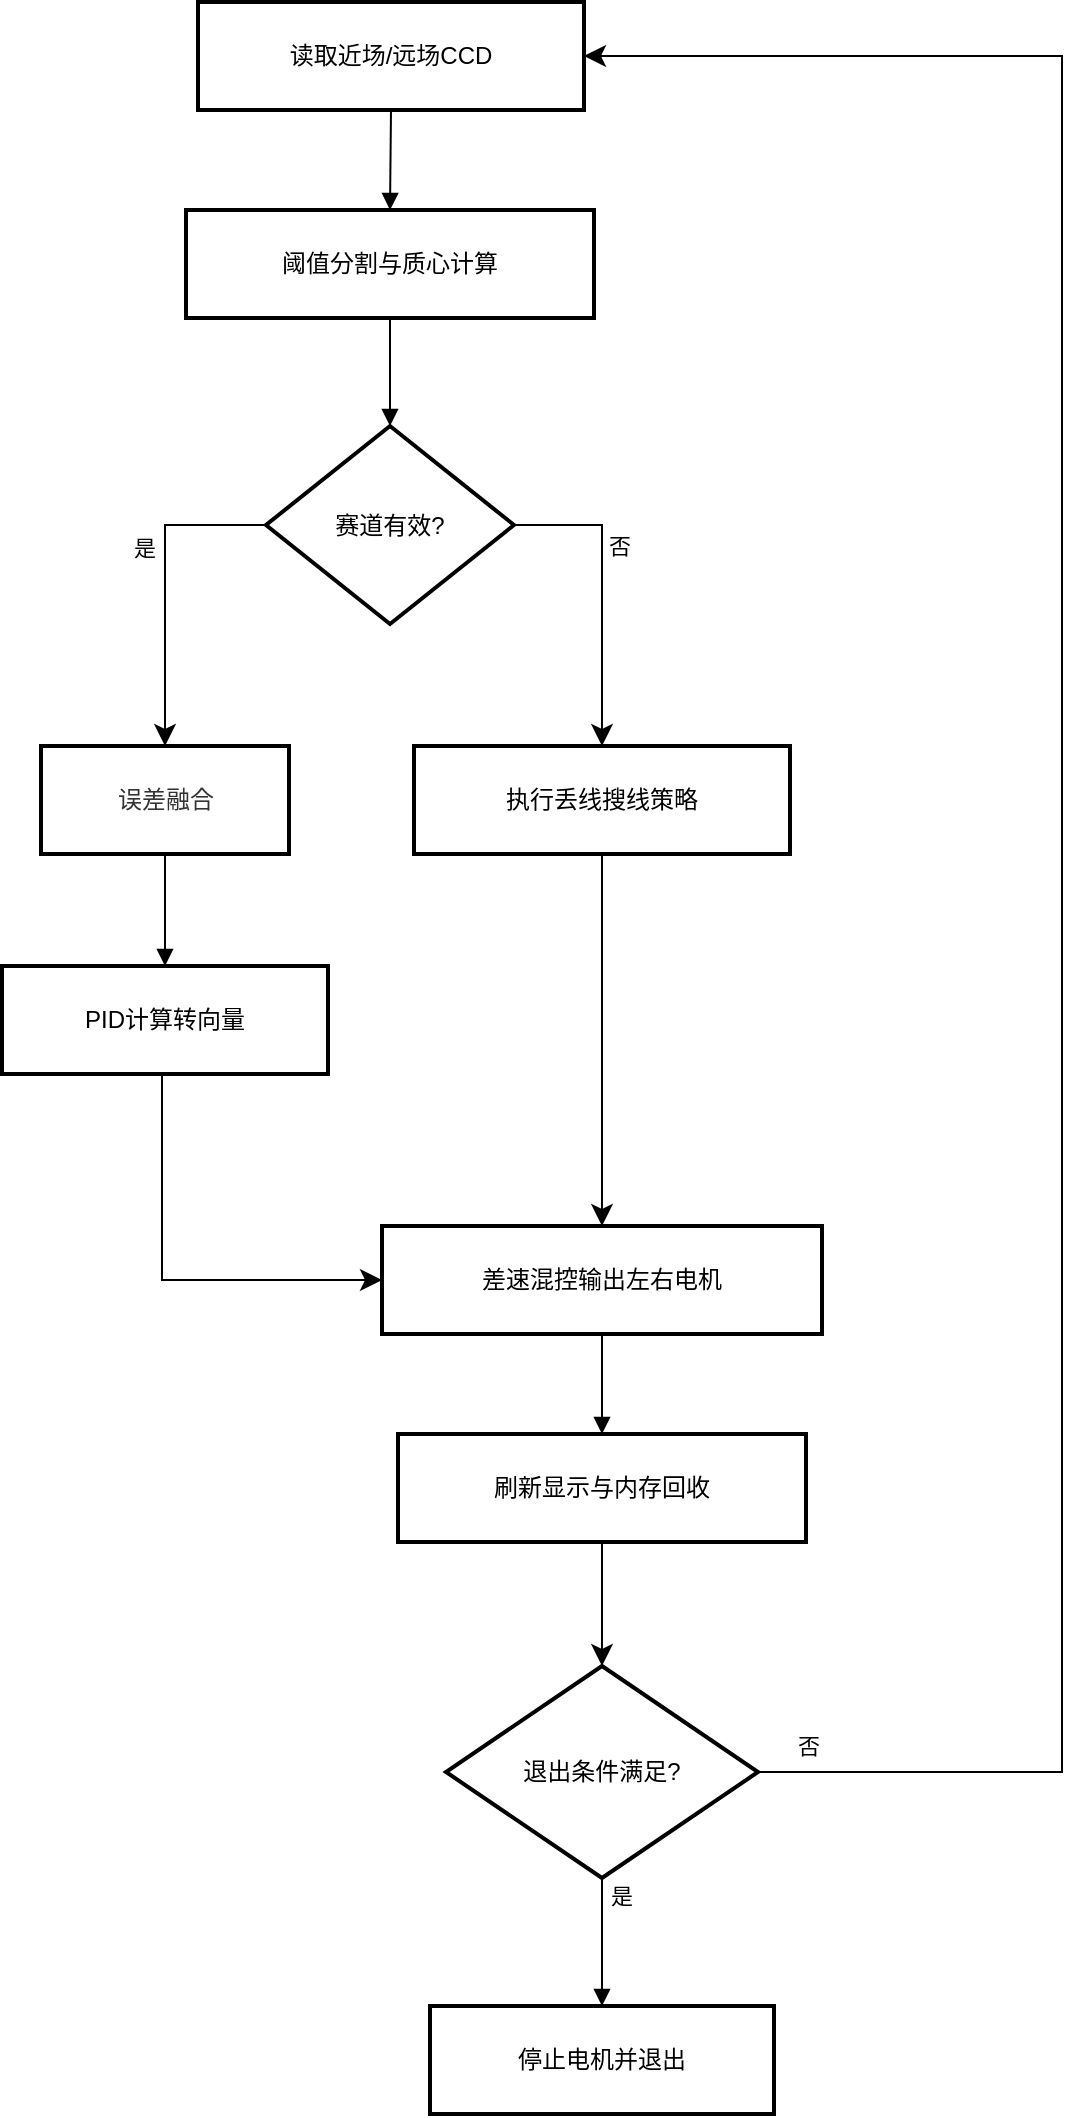
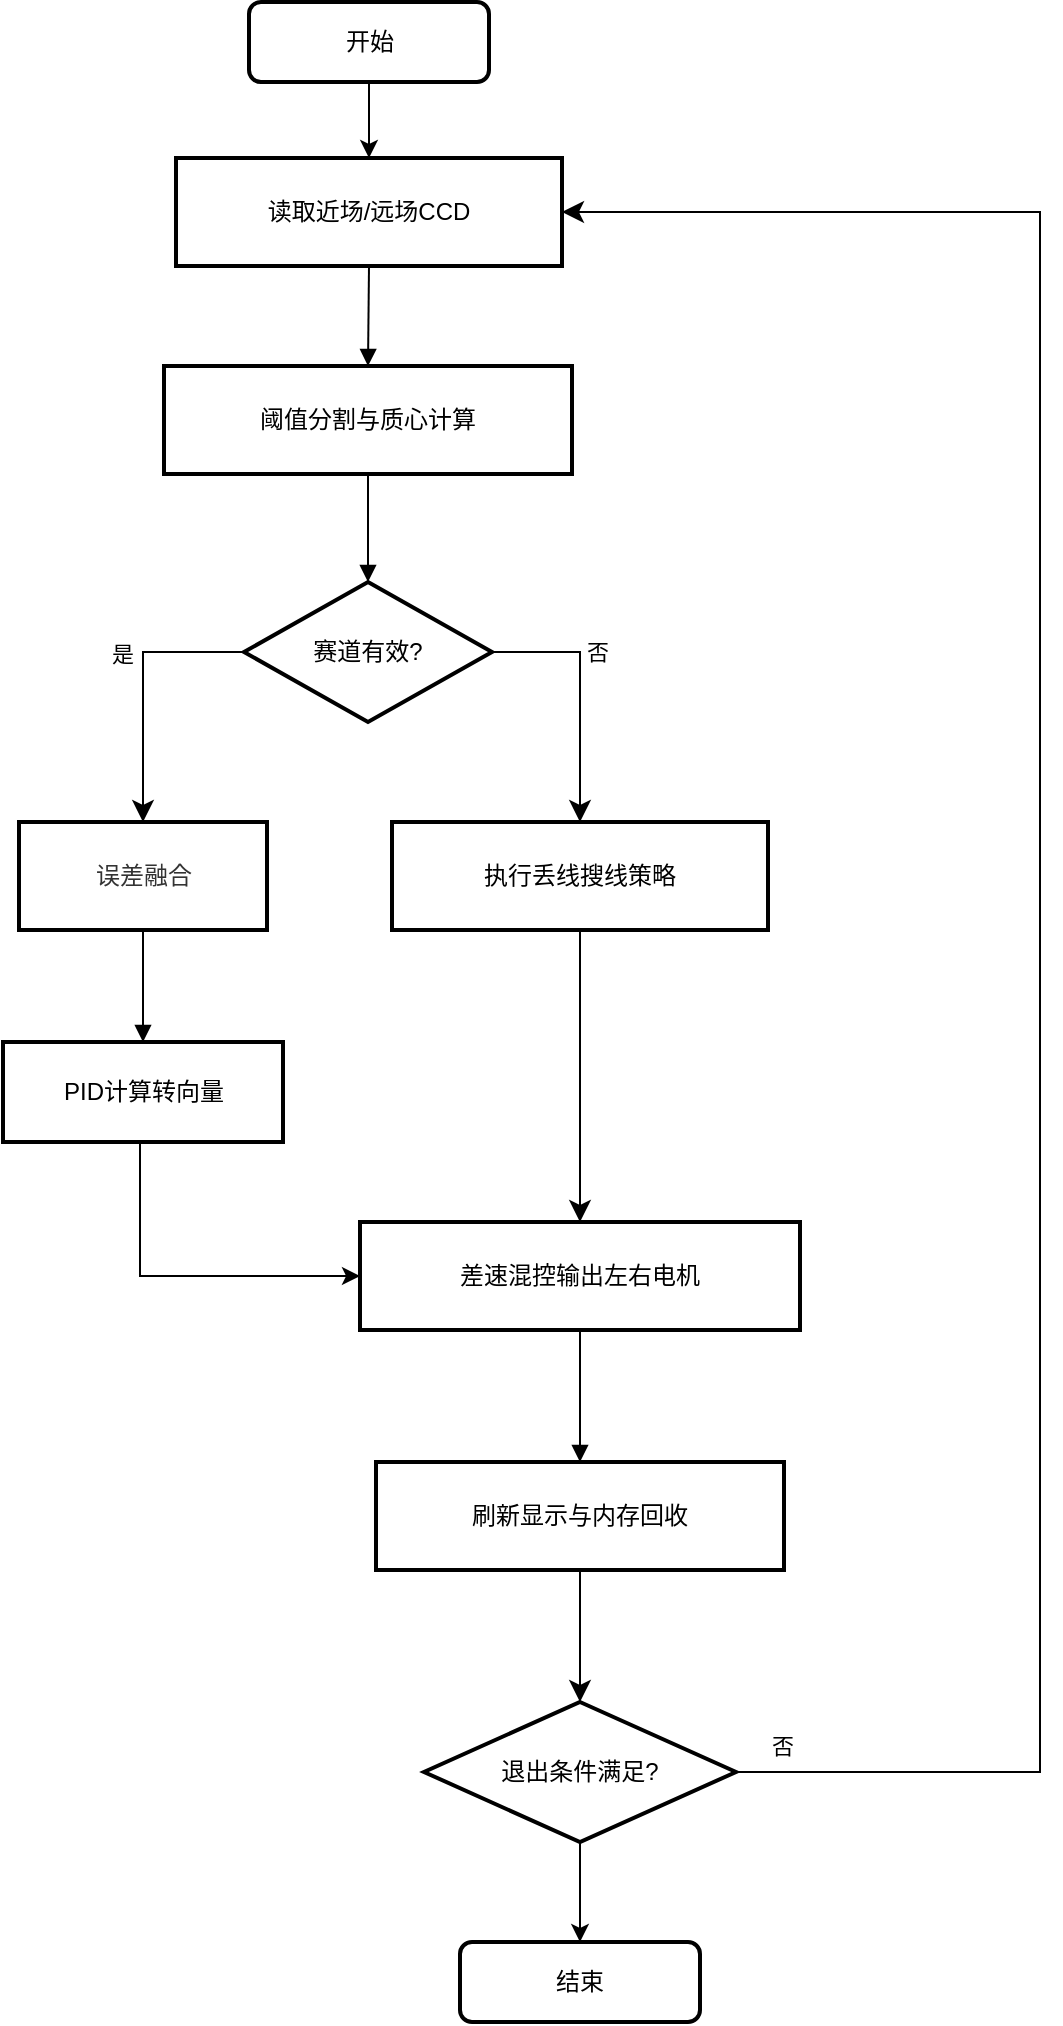
<mxfile host="app.diagrams.net">
  <diagram name="第 1 页" id="I5QYxL_e9CQ8vORsrXlX">
-     <mxGraphModel dx="1377" dy="833" grid="1" gridSize="10" guides="1" tooltips="1" connect="1" arrows="1" fold="1" page="1" pageScale="1" pageWidth="827" pageHeight="1169" math="0" shadow="0">
+     <mxGraphModel dx="2175" dy="1217" grid="1" gridSize="10" guides="1" tooltips="1" connect="1" arrows="1" fold="1" page="1" pageScale="1" pageWidth="827" pageHeight="1169" math="0" shadow="0">
      <root>
        <mxCell id="0" />
        <mxCell id="1" parent="0" />
        <mxCell id="zWOEAIPhYLGLeaexr9As-59" parent="1" style="whiteSpace=wrap;strokeWidth=2;fillColor=none;" value="读取近场/远场CCD" vertex="1">
          <mxGeometry height="54" width="193" x="118" y="378" as="geometry" />
        </mxCell>
        <mxCell id="zWOEAIPhYLGLeaexr9As-60" parent="1" style="whiteSpace=wrap;strokeWidth=2;fillColor=none;" value="阈值分割与质心计算" vertex="1">
          <mxGeometry height="54" width="204" x="112" y="482" as="geometry" />
        </mxCell>
        <mxCell id="zWOEAIPhYLGLeaexr9As-61" parent="1" style="rhombus;strokeWidth=2;whiteSpace=wrap;fillColor=none;" value="赛道有效?" vertex="1">
-           <mxGeometry height="99" width="124" x="152" y="590" as="geometry" />
+           <mxGeometry height="70" width="124" x="152" y="590" as="geometry" />
        </mxCell>
        <mxCell id="zWOEAIPhYLGLeaexr9As-62" parent="1" style="whiteSpace=wrap;strokeWidth=2;fillColor=none;strokeColor=default;fontColor=light-dark(#333333,#cccccc);" value="误差融合" vertex="1">
-           <mxGeometry height="54" width="124" x="39.5" y="750" as="geometry" />
+           <mxGeometry height="54" width="124" x="39.5" y="710" as="geometry" />
+         </mxCell>
+         <mxCell id="Jgnu3guSyKrTzqr-QHuh-8" edge="1" parent="1" source="zWOEAIPhYLGLeaexr9As-63" style="edgeStyle=orthogonalEdgeStyle;rounded=0;orthogonalLoop=1;jettySize=auto;html=1;entryX=0;entryY=0.5;entryDx=0;entryDy=0;" target="zWOEAIPhYLGLeaexr9As-64">
+           <mxGeometry relative="1" as="geometry">
+             <Array as="points">
+               <mxPoint x="100" y="937" />
+             </Array>
+           </mxGeometry>
        </mxCell>
        <mxCell id="zWOEAIPhYLGLeaexr9As-63" parent="1" style="whiteSpace=wrap;strokeWidth=2;fillColor=none;" value="PID计算转向量" vertex="1">
-           <mxGeometry height="54" width="163" x="20" y="860" as="geometry" />
+           <mxGeometry height="50" width="140" x="31.5" y="820" as="geometry" />
        </mxCell>
        <mxCell id="zWOEAIPhYLGLeaexr9As-64" parent="1" style="whiteSpace=wrap;strokeWidth=2;fillColor=none;" value="差速混控输出左右电机" vertex="1">
-           <mxGeometry height="54" width="220" x="210" y="990" as="geometry" />
+           <mxGeometry height="54" width="220" x="210" y="910" as="geometry" />
        </mxCell>
        <mxCell id="zWOEAIPhYLGLeaexr9As-65" parent="1" style="whiteSpace=wrap;strokeWidth=2;fillColor=none;" value="执行丢线搜线策略" vertex="1">
-           <mxGeometry height="54" width="188" x="226" y="750" as="geometry" />
+           <mxGeometry height="54" width="188" x="226" y="710" as="geometry" />
        </mxCell>
        <mxCell id="zWOEAIPhYLGLeaexr9As-66" parent="1" style="whiteSpace=wrap;strokeWidth=2;fillColor=none;" value="刷新显示与内存回收" vertex="1">
-           <mxGeometry height="54" width="204" x="218" y="1094" as="geometry" />
+           <mxGeometry height="54" width="204" x="218" y="1030" as="geometry" />
+         </mxCell>
+         <mxCell id="Jgnu3guSyKrTzqr-QHuh-7" edge="1" parent="1" source="zWOEAIPhYLGLeaexr9As-67" style="edgeStyle=orthogonalEdgeStyle;rounded=0;orthogonalLoop=1;jettySize=auto;html=1;" target="Jgnu3guSyKrTzqr-QHuh-1" value="">
+           <mxGeometry relative="1" as="geometry" />
        </mxCell>
        <mxCell id="zWOEAIPhYLGLeaexr9As-67" parent="1" style="rhombus;strokeWidth=2;whiteSpace=wrap;fillColor=none;" value="退出条件满足?" vertex="1">
-           <mxGeometry height="106" width="156" x="242" y="1210" as="geometry" />
-         </mxCell>
-         <mxCell id="zWOEAIPhYLGLeaexr9As-68" parent="1" style="whiteSpace=wrap;strokeWidth=2;fillColor=none;" value="停止电机并退出" vertex="1">
-           <mxGeometry height="54" width="172" x="234" y="1380" as="geometry" />
+           <mxGeometry height="70" width="156" x="242" y="1150" as="geometry" />
        </mxCell>
        <mxCell id="zWOEAIPhYLGLeaexr9As-72" edge="1" parent="1" source="zWOEAIPhYLGLeaexr9As-59" style="curved=1;startArrow=none;endArrow=block;exitX=0.5;exitY=1;entryX=0.5;entryY=0;rounded=0;exitDx=0;exitDy=0;" target="zWOEAIPhYLGLeaexr9As-60" value="">
          <mxGeometry relative="1" as="geometry">
            <Array as="points" />
          </mxGeometry>
        </mxCell>
        <mxCell id="zWOEAIPhYLGLeaexr9As-73" edge="1" parent="1" source="zWOEAIPhYLGLeaexr9As-60" style="curved=1;startArrow=none;endArrow=block;exitX=0.5;exitY=1;entryX=0.5;entryY=0;rounded=0;" target="zWOEAIPhYLGLeaexr9As-61" value="">
          <mxGeometry relative="1" as="geometry">
            <Array as="points" />
          </mxGeometry>
        </mxCell>
        <mxCell id="zWOEAIPhYLGLeaexr9As-75" edge="1" parent="1" source="zWOEAIPhYLGLeaexr9As-62" style="curved=1;startArrow=none;endArrow=block;exitX=0.5;exitY=1;entryX=0.5;entryY=0;rounded=0;" target="zWOEAIPhYLGLeaexr9As-63" value="">
          <mxGeometry relative="1" as="geometry">
            <Array as="points" />
          </mxGeometry>
        </mxCell>
        <mxCell id="zWOEAIPhYLGLeaexr9As-79" edge="1" parent="1" source="zWOEAIPhYLGLeaexr9As-64" style="curved=1;startArrow=none;endArrow=block;exitX=0.5;exitY=1;entryX=0.5;entryY=0;rounded=0;" target="zWOEAIPhYLGLeaexr9As-66" value="">
          <mxGeometry relative="1" as="geometry">
-             <Array as="points" />
-           </mxGeometry>
-         </mxCell>
-         <mxCell id="zWOEAIPhYLGLeaexr9As-82" edge="1" parent="1" source="zWOEAIPhYLGLeaexr9As-67" style="curved=1;startArrow=none;endArrow=block;exitX=0.5;exitY=1;entryX=0.5;entryY=-0.01;rounded=0;labelBackgroundColor=none;" target="zWOEAIPhYLGLeaexr9As-68" value="是">
-           <mxGeometry relative="1" x="-0.7333" y="10" as="geometry">
-             <mxPoint as="offset" />
            <Array as="points" />
          </mxGeometry>
        </mxCell>
        <mxCell id="zWOEAIPhYLGLeaexr9As-91" edge="1" parent="1" source="zWOEAIPhYLGLeaexr9As-61" style="edgeStyle=segmentEdgeStyle;endArrow=classic;html=1;curved=0;rounded=0;endSize=8;startSize=8;exitX=0;exitY=0.5;exitDx=0;exitDy=0;entryX=0.5;entryY=0;entryDx=0;entryDy=0;" target="zWOEAIPhYLGLeaexr9As-62" value="">
          <mxGeometry height="50" relative="1" width="50" as="geometry">
            <mxPoint x="70" y="690" as="sourcePoint" />
            <mxPoint x="120" y="640" as="targetPoint" />
          </mxGeometry>
        </mxCell>
        <mxCell id="zWOEAIPhYLGLeaexr9As-92" connectable="0" parent="zWOEAIPhYLGLeaexr9As-91" style="edgeLabel;html=1;align=center;verticalAlign=middle;resizable=0;points=[];labelBackgroundColor=none;" value="是" vertex="1">
          <mxGeometry relative="1" x="-0.2123" as="geometry">
            <mxPoint x="-11" y="-2" as="offset" />
          </mxGeometry>
        </mxCell>
        <mxCell id="zWOEAIPhYLGLeaexr9As-94" edge="1" parent="1" source="zWOEAIPhYLGLeaexr9As-61" style="edgeStyle=segmentEdgeStyle;endArrow=classic;html=1;curved=0;rounded=0;endSize=8;startSize=8;exitX=1;exitY=0.5;exitDx=0;exitDy=0;entryX=0.5;entryY=0;entryDx=0;entryDy=0;" target="zWOEAIPhYLGLeaexr9As-65" value="">
          <mxGeometry height="50" relative="1" width="50" as="geometry">
            <mxPoint x="270" y="700" as="sourcePoint" />
            <mxPoint x="320" y="650" as="targetPoint" />
          </mxGeometry>
        </mxCell>
        <mxCell id="zWOEAIPhYLGLeaexr9As-95" connectable="0" parent="zWOEAIPhYLGLeaexr9As-94" style="edgeLabel;html=1;align=center;verticalAlign=middle;resizable=0;points=[];labelBackgroundColor=none;" value="&lt;span&gt;否&amp;nbsp;&lt;/span&gt;" vertex="1">
          <mxGeometry relative="1" x="-0.1649" y="2" as="geometry">
            <mxPoint x="8" y="-10" as="offset" />
-           </mxGeometry>
-         </mxCell>
-         <mxCell id="zWOEAIPhYLGLeaexr9As-97" edge="1" parent="1" source="zWOEAIPhYLGLeaexr9As-63" style="edgeStyle=segmentEdgeStyle;endArrow=classic;html=1;curved=0;rounded=0;endSize=8;startSize=8;entryX=0;entryY=0.5;entryDx=0;entryDy=0;exitX=0.5;exitY=1;exitDx=0;exitDy=0;" target="zWOEAIPhYLGLeaexr9As-64" value="">
-           <mxGeometry height="50" relative="1" width="50" as="geometry">
-             <Array as="points">
-               <mxPoint x="100" y="914" />
-               <mxPoint x="100" y="1017" />
-             </Array>
-             <mxPoint x="90" y="1030" as="sourcePoint" />
-             <mxPoint x="140" y="980" as="targetPoint" />
          </mxGeometry>
        </mxCell>
        <mxCell id="zWOEAIPhYLGLeaexr9As-98" edge="1" parent="1" source="zWOEAIPhYLGLeaexr9As-65" style="edgeStyle=segmentEdgeStyle;endArrow=classic;html=1;curved=0;rounded=0;endSize=8;startSize=8;exitX=0.5;exitY=1;exitDx=0;exitDy=0;" target="zWOEAIPhYLGLeaexr9As-64" value="">
          <mxGeometry height="50" relative="1" width="50" as="geometry">
            <mxPoint x="280" y="960" as="sourcePoint" />
            <mxPoint x="330" y="910" as="targetPoint" />
          </mxGeometry>
        </mxCell>
        <mxCell id="zWOEAIPhYLGLeaexr9As-99" edge="1" parent="1" source="zWOEAIPhYLGLeaexr9As-66" style="edgeStyle=segmentEdgeStyle;endArrow=classic;html=1;curved=0;rounded=0;endSize=8;startSize=8;exitX=0.5;exitY=1;exitDx=0;exitDy=0;entryX=0.5;entryY=0;entryDx=0;entryDy=0;" target="zWOEAIPhYLGLeaexr9As-67" value="">
          <mxGeometry height="50" relative="1" width="50" as="geometry">
            <mxPoint x="240" y="1260" as="sourcePoint" />
            <mxPoint x="290" y="1210" as="targetPoint" />
          </mxGeometry>
        </mxCell>
        <mxCell id="zWOEAIPhYLGLeaexr9As-100" edge="1" parent="1" source="zWOEAIPhYLGLeaexr9As-67" style="edgeStyle=elbowEdgeStyle;elbow=horizontal;endArrow=classic;html=1;curved=0;rounded=0;endSize=8;startSize=8;exitX=1;exitY=0.5;exitDx=0;exitDy=0;entryX=1;entryY=0.5;entryDx=0;entryDy=0;" target="zWOEAIPhYLGLeaexr9As-59" value="">
          <mxGeometry height="50" relative="1" width="50" as="geometry">
            <Array as="points">
              <mxPoint x="550" y="1060" />
            </Array>
            <mxPoint x="390" y="880" as="sourcePoint" />
            <mxPoint x="440" y="830" as="targetPoint" />
          </mxGeometry>
        </mxCell>
        <mxCell id="zWOEAIPhYLGLeaexr9As-101" connectable="0" parent="zWOEAIPhYLGLeaexr9As-100" style="edgeLabel;html=1;align=center;verticalAlign=middle;resizable=0;points=[];labelBackgroundColor=none;" value="否" vertex="1">
          <mxGeometry relative="1" x="-0.9593" y="1" as="geometry">
            <mxPoint x="-1" y="-12" as="offset" />
          </mxGeometry>
        </mxCell>
+         <mxCell id="Jgnu3guSyKrTzqr-QHuh-1" parent="1" style="rounded=1;whiteSpace=wrap;html=1;fillColor=none;strokeWidth=2;" value="结束" vertex="1">
+           <mxGeometry height="40" width="120" x="260" y="1270" as="geometry" />
+         </mxCell>
+         <mxCell id="Jgnu3guSyKrTzqr-QHuh-3" edge="1" parent="1" source="Jgnu3guSyKrTzqr-QHuh-2" style="edgeStyle=orthogonalEdgeStyle;rounded=0;orthogonalLoop=1;jettySize=auto;html=1;" target="zWOEAIPhYLGLeaexr9As-59" value="">
+           <mxGeometry relative="1" as="geometry" />
+         </mxCell>
+         <mxCell id="Jgnu3guSyKrTzqr-QHuh-2" parent="1" style="rounded=1;whiteSpace=wrap;html=1;fillColor=none;strokeWidth=2;" value="开始" vertex="1">
+           <mxGeometry height="40" width="120" x="154.5" y="300" as="geometry" />
+         </mxCell>
      </root>
    </mxGraphModel>
  </diagram>
</mxfile>
